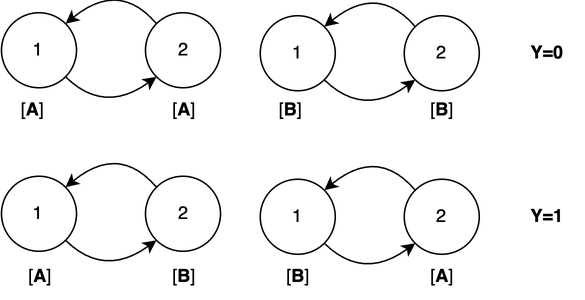
Before: figures/NoisyXOR.png, a diagram exported from draw.io (cair/GraphTsetlinMachine). Source tidied: cells renumbered, new cells last; positions are measured from the earlier drawing's top-left corner, leaving out a move shared by most shapes.
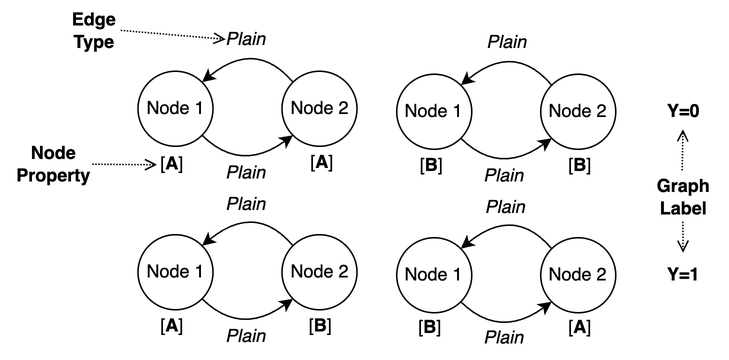
After the change.

The edit, as a diff of the source:
```diff
@@ -2,10 +2,10 @@
   <root>
     <mxCell id="0" />
     <mxCell id="1" parent="0" />
-    <mxCell id="2" value="&lt;div style=&quot;&quot;&gt;&lt;span style=&quot;background-color: initial;&quot;&gt;1&lt;/span&gt;&lt;/div&gt;" style="ellipse;whiteSpace=wrap;html=1;align=center;" parent="1" vertex="1">
+    <mxCell id="2" value="&lt;div style=&quot;&quot;&gt;&lt;span style=&quot;background-color: initial;&quot;&gt;Node 1&lt;/span&gt;&lt;/div&gt;" style="ellipse;whiteSpace=wrap;html=1;align=center;" parent="1" vertex="1">
       <mxGeometry x="-0.5" y="22" width="50" height="50" as="geometry" />
     </mxCell>
-    <mxCell id="3" value="2" style="ellipse;whiteSpace=wrap;html=1;" parent="1" vertex="1">
+    <mxCell id="3" value="Node 2" style="ellipse;whiteSpace=wrap;html=1;" parent="1" vertex="1">
       <mxGeometry x="95.5" y="22" width="50" height="50" as="geometry" />
     </mxCell>
     <mxCell id="4" style="curved=1;endArrow=classic;html=1;rounded=0;exitX=1;exitY=1;exitDx=0;exitDy=0;entryX=0;entryY=1;entryDx=0;entryDy=0;" parent="1" edge="1" source="2" target="3">
@@ -22,10 +22,10 @@
         </Array>
       </mxGeometry>
     </mxCell>
-    <mxCell id="6" value="1" style="ellipse;whiteSpace=wrap;html=1;" parent="1" vertex="1">
+    <mxCell id="6" value="Node 1" style="ellipse;whiteSpace=wrap;html=1;" parent="1" vertex="1">
       <mxGeometry x="172" y="24" width="50" height="50" as="geometry" />
     </mxCell>
-    <mxCell id="7" value="2" style="ellipse;whiteSpace=wrap;html=1;" parent="1" vertex="1">
+    <mxCell id="7" value="Node 2" style="ellipse;whiteSpace=wrap;html=1;" parent="1" vertex="1">
       <mxGeometry x="268" y="24" width="50" height="50" as="geometry" />
     </mxCell>
     <mxCell id="8" style="curved=1;endArrow=classic;html=1;rounded=0;exitX=1;exitY=1;exitDx=0;exitDy=0;entryX=0;entryY=1;entryDx=0;entryDy=0;" parent="1" edge="1" source="6" target="7">
@@ -45,10 +45,10 @@
     <mxCell id="10" value="Y=0" style="text;html=1;align=center;verticalAlign=middle;points=[];strokeColor=none;fillColor=none;fontStyle=1;" parent="1" vertex="1">
       <mxGeometry x="338" y="34" width="50" height="30" as="geometry" />
     </mxCell>
-    <mxCell id="11" value="1" style="ellipse;whiteSpace=wrap;html=1;" parent="1" vertex="1">
+    <mxCell id="11" value="Node 1" style="ellipse;whiteSpace=wrap;html=1;" parent="1" vertex="1">
       <mxGeometry x="-0.5" y="131" width="50" height="50" as="geometry" />
     </mxCell>
-    <mxCell id="12" value="2" style="ellipse;whiteSpace=wrap;html=1;" parent="1" vertex="1">
+    <mxCell id="12" value="Node 2" style="ellipse;whiteSpace=wrap;html=1;" parent="1" vertex="1">
       <mxGeometry x="95.5" y="131" width="50" height="50" as="geometry" />
     </mxCell>
     <mxCell id="13" style="curved=1;endArrow=classic;html=1;rounded=0;exitX=1;exitY=1;exitDx=0;exitDy=0;entryX=0;entryY=1;entryDx=0;entryDy=0;" parent="1" edge="1" source="11" target="12">
@@ -65,10 +65,10 @@
         </Array>
       </mxGeometry>
     </mxCell>
-    <mxCell id="15" value="1" style="ellipse;whiteSpace=wrap;html=1;" parent="1" vertex="1">
+    <mxCell id="15" value="Node 1" style="ellipse;whiteSpace=wrap;html=1;" parent="1" vertex="1">
       <mxGeometry x="172" y="133" width="50" height="50" as="geometry" />
     </mxCell>
-    <mxCell id="16" value="2" style="ellipse;whiteSpace=wrap;html=1;" parent="1" vertex="1">
+    <mxCell id="16" value="Node 2" style="ellipse;whiteSpace=wrap;html=1;" parent="1" vertex="1">
       <mxGeometry x="268" y="133" width="50" height="50" as="geometry" />
     </mxCell>
     <mxCell id="17" style="curved=1;endArrow=classic;html=1;rounded=0;exitX=1;exitY=1;exitDx=0;exitDy=0;entryX=0;entryY=1;entryDx=0;entryDy=0;" parent="1" edge="1" source="15" target="16">
@@ -89,28 +89,78 @@
       <mxGeometry x="338" y="143" width="50" height="30" as="geometry" />
     </mxCell>
     <mxCell id="20" value="[&lt;b&gt;A&lt;/b&gt;]" style="text;html=1;align=center;verticalAlign=middle;strokeColor=none;fillColor=none;" parent="1" vertex="1">
-      <mxGeometry x="-0.5" y="72" width="40" height="30" as="geometry" />
+      <mxGeometry x="1.5" y="69" width="40" height="30" as="geometry" />
     </mxCell>
     <mxCell id="21" value="[&lt;b&gt;B&lt;/b&gt;]" style="text;html=1;align=center;verticalAlign=middle;strokeColor=none;fillColor=none;" parent="1" vertex="1">
-      <mxGeometry x="177" y="183" width="40" height="30" as="geometry" />
+      <mxGeometry x="174" y="178" width="40" height="30" as="geometry" />
     </mxCell>
     <mxCell id="22" value="[&lt;b&gt;B&lt;/b&gt;]" style="text;html=1;align=center;verticalAlign=middle;strokeColor=none;fillColor=none;" parent="1" vertex="1">
-      <mxGeometry x="273" y="72" width="40" height="30" as="geometry" />
+      <mxGeometry x="274" y="70" width="40" height="30" as="geometry" />
     </mxCell>
     <mxCell id="23" value="[&lt;b&gt;A&lt;/b&gt;]" style="text;html=1;align=center;verticalAlign=middle;strokeColor=none;fillColor=none;" parent="1" vertex="1">
-      <mxGeometry x="4.5" y="183" width="40" height="30" as="geometry" />
+      <mxGeometry x="1.5" y="177" width="40" height="30" as="geometry" />
     </mxCell>
     <mxCell id="24" value="[&lt;b&gt;B&lt;/b&gt;]" style="text;html=1;align=center;verticalAlign=middle;strokeColor=none;fillColor=none;" parent="1" vertex="1">
-      <mxGeometry x="172" y="72" width="40" height="30" as="geometry" />
+      <mxGeometry x="175" y="70" width="40" height="30" as="geometry" />
     </mxCell>
     <mxCell id="25" value="[&lt;b&gt;B&lt;/b&gt;]" style="text;html=1;align=center;verticalAlign=middle;strokeColor=none;fillColor=none;" parent="1" vertex="1">
-      <mxGeometry x="100.5" y="183" width="40" height="30" as="geometry" />
+      <mxGeometry x="100.5" y="177" width="40" height="30" as="geometry" />
     </mxCell>
     <mxCell id="26" value="[&lt;b&gt;A&lt;/b&gt;]" style="text;html=1;align=center;verticalAlign=middle;strokeColor=none;fillColor=none;" parent="1" vertex="1">
-      <mxGeometry x="100.5" y="72" width="40" height="30" as="geometry" />
+      <mxGeometry x="101.5" y="68" width="40" height="30" as="geometry" />
     </mxCell>
     <mxCell id="27" value="[&lt;b&gt;A&lt;/b&gt;]" style="text;html=1;align=center;verticalAlign=middle;strokeColor=none;fillColor=none;" parent="1" vertex="1">
-      <mxGeometry x="273" y="183" width="40" height="30" as="geometry" />
+      <mxGeometry x="274" y="178" width="40" height="30" as="geometry" />
     </mxCell>
+    <mxCell id="28" value="&lt;i&gt;Plain&lt;/i&gt;" style="text;html=1;align=center;verticalAlign=middle;points=[];strokeColor=none;fillColor=none;" parent="1" vertex="1">
+      <mxGeometry x="45.5" y="-14" width="50" height="30" as="geometry" />
+    </mxCell>
+    <mxCell id="29" value="&lt;i&gt;Plain&lt;/i&gt;" style="text;html=1;align=center;verticalAlign=middle;strokeColor=none;fillColor=none;" parent="1" vertex="1">
+      <mxGeometry x="220" y="-12" width="50" height="30" as="geometry" />
+    </mxCell>
+    <mxCell id="30" value="&lt;i&gt;Plain&lt;/i&gt;" style="text;html=1;align=center;verticalAlign=middle;strokeColor=none;fillColor=none;" parent="1" vertex="1">
+      <mxGeometry x="218" y="76.5" width="50" height="30" as="geometry" />
+    </mxCell>
+    <mxCell id="31" value="&lt;i&gt;Plain&lt;/i&gt;" style="text;html=1;align=center;verticalAlign=middle;strokeColor=none;fillColor=none;" parent="1" vertex="1">
+      <mxGeometry x="45.5" y="75" width="50" height="30" as="geometry" />
+    </mxCell>
+    <mxCell id="32" value="&lt;i&gt;Plain&lt;/i&gt;" style="text;html=1;align=center;verticalAlign=middle;strokeColor=none;fillColor=none;" parent="1" vertex="1">
+      <mxGeometry x="45.5" y="184" width="50" height="30" as="geometry" />
+    </mxCell>
+    <mxCell id="33" value="&lt;i&gt;Plain&lt;/i&gt;" style="text;html=1;align=center;verticalAlign=middle;strokeColor=none;fillColor=none;" parent="1" vertex="1">
+      <mxGeometry x="218" y="185" width="50" height="30" as="geometry" />
+    </mxCell>
+    <mxCell id="34" value="&lt;b&gt;Node&lt;/b&gt;&lt;div&gt;&lt;b&gt;Property&lt;/b&gt;&lt;/div&gt;" style="text;html=1;align=center;verticalAlign=middle;strokeColor=none;fillColor=none;" parent="1" vertex="1">
+      <mxGeometry x="-92" y="64" width="70" height="40" as="geometry" />
+    </mxCell>
+    <mxCell id="35" style="endArrow=open;html=1;rounded=0;dashed=1;dashPattern=1 1;endFill=0;entryX=0.993;entryY=0.512;entryDx=0;entryDy=0;entryPerimeter=0;" parent="1" edge="1">
+      <mxGeometry relative="1" as="geometry">
+        <mxPoint x="-31" y="84" as="sourcePoint" />
+        <mxPoint x="12.2" y="84.4" as="targetPoint" />
+      </mxGeometry>
+    </mxCell>
+    <mxCell id="36" value="&lt;b&gt;Edge&lt;/b&gt;&lt;div&gt;&lt;b&gt;Type&lt;/b&gt;&lt;/div&gt;" style="text;html=1;align=center;verticalAlign=middle;strokeColor=none;fillColor=none;" parent="1" vertex="1">
+      <mxGeometry x="-55" y="-25" width="50" height="40" as="geometry" />
+    </mxCell>
+    <mxCell id="37" style="endArrow=open;html=1;rounded=0;exitX=0.963;exitY=0.522;exitDx=0;exitDy=0;exitPerimeter=0;dashed=1;dashPattern=1 1;entryX=0.25;entryY=0.491;entryDx=0;entryDy=0;entryPerimeter=0;endFill=0;" parent="1" edge="1" target="28">
+      <mxGeometry relative="1" as="geometry">
+        <mxPoint x="-12" y="-5.3" as="sourcePoint" />
+      </mxGeometry>
+    </mxCell>
+    <mxCell id="38" value="&lt;i&gt;Plain&lt;/i&gt;" style="text;html=1;align=center;verticalAlign=middle;strokeColor=none;fillColor=none;" parent="1" vertex="1">
+      <mxGeometry x="46" y="95.5" width="50" height="30" as="geometry" />
+    </mxCell>
+    <mxCell id="39" value="&lt;i&gt;Plain&lt;/i&gt;" style="text;html=1;align=center;verticalAlign=middle;strokeColor=none;fillColor=none;" parent="1" vertex="1">
+      <mxGeometry x="219" y="97.5" width="50" height="30" as="geometry" />
+    </mxCell>
+    <mxCell id="40" value="&lt;div&gt;&lt;b&gt;Graph&lt;/b&gt;&lt;/div&gt;&lt;div&gt;&lt;b&gt;Label&lt;/b&gt;&lt;/div&gt;" style="text;html=1;align=center;verticalAlign=middle;points=[];strokeColor=none;fillColor=none;" parent="1" vertex="1">
+      <mxGeometry x="333" y="85.5" width="60" height="40" as="geometry" />
+    </mxCell>
+    <mxCell id="41" style="endArrow=open;html=1;rounded=0;exitX=0.488;exitY=0.064;exitDx=0;exitDy=0;exitPerimeter=0;dashed=1;dashPattern=1 1;endFill=0;entryX=0.496;entryY=0.889;entryDx=0;entryDy=0;entryPerimeter=0;" parent="1" edge="1" source="40" target="10">
+      <mxGeometry relative="1" as="geometry" />
+    </mxCell>
+    <mxCell id="42" style="endArrow=open;html=1;rounded=0;exitX=0.496;exitY=0.919;exitDx=0;exitDy=0;exitPerimeter=0;dashed=1;dashPattern=1 1;endFill=0;" parent="1" edge="1" source="40" target="19">
+      <mxGeometry relative="1" as="geometry" />
+    </mxCell>
   </root>
 </mxGraphModel>
```
